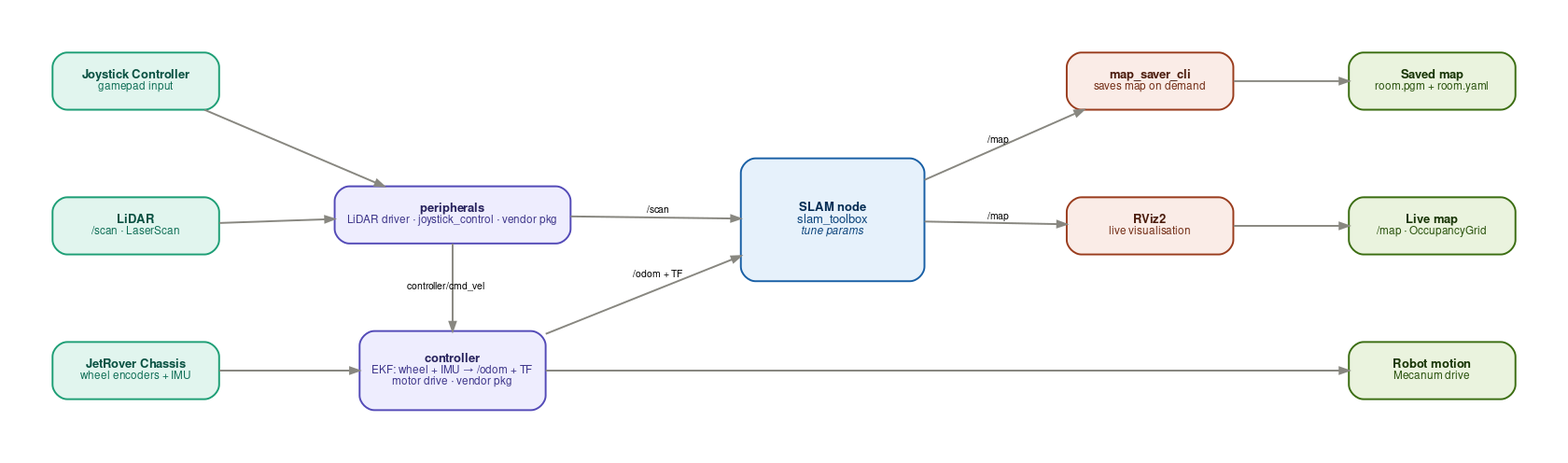
Above: docs/images/pipeline.png in mahersabbagh80/2D-LiDAR-Mapping-with-SLAM (Graphviz), before the change. Its source is kept beside it as docs/images/pipeline.dot.
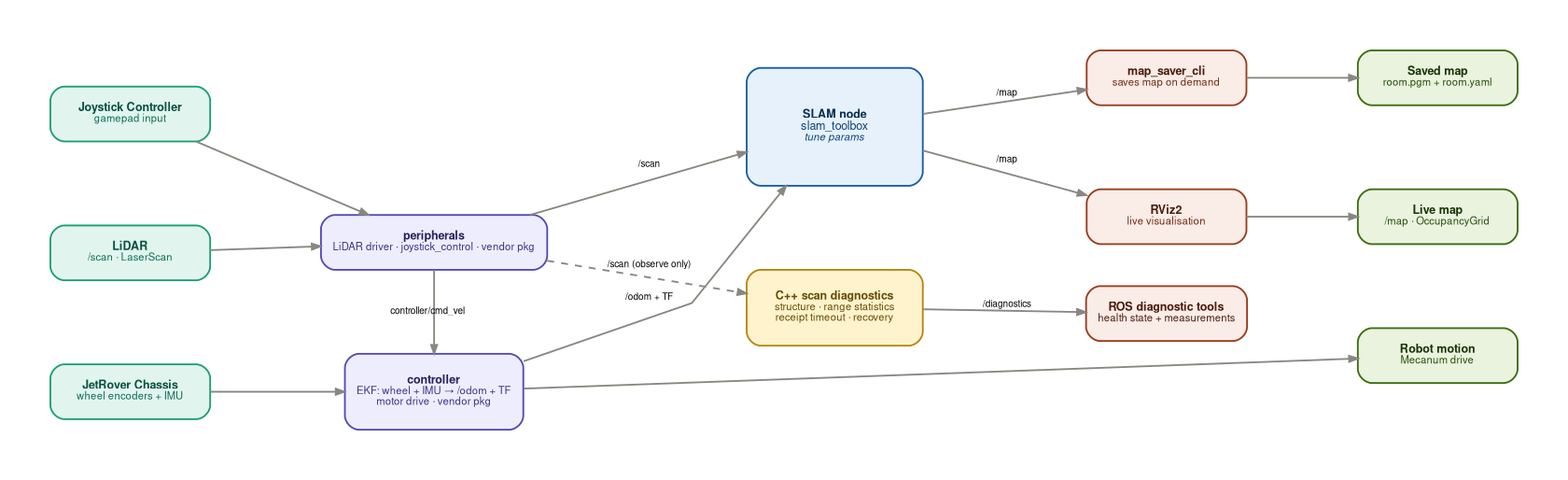
The same file after the commit.

Change to the diagram source:
```diff
@@ -32,14 +32,15 @@
 
     {rank=same; lidar; chassis; joystick}
     {rank=same; peripherals; controller}
-    {rank=same; slam}
-    {rank=same; map_saver; rviz}
+    {rank=same; slam; monitor}
+    {rank=same; map_saver; rviz; diagnostic_tools}
     {rank=same; saved_map; live_map; motion}
 
     joystick -> lidar    [style=invis weight=10]
     lidar    -> chassis  [style=invis weight=10]
     peripherals -> controller [style=invis weight=10]
     map_saver -> rviz    [style=invis weight=10]
+    slam -> monitor [style=invis weight=10]
     saved_map -> live_map -> motion [style=invis weight=10]
 
     lidar [
@@ -76,6 +77,19 @@
         height=1.4
     ]
 
+    monitor [
+        label=<<b>C++ scan diagnostics</b><br align="center"/><font point-size="9">structure · range statistics<br align="center"/>receipt timeout · recovery</font>>
+        fillcolor="#FFF3CD" color="#B8860B" fontcolor="#664D03"
+        width=2.1
+        height=0.9
+    ]
+
+    diagnostic_tools [
+        label=<<b>ROS diagnostic tools</b><br align="center"/><font point-size="9">health state + measurements</font>>
+        fillcolor="#FAECE7" color="#993C1D" fontcolor="#4A1B0C"
+        height=0.65
+    ]
+
     map_saver [
         label=<<b>map_saver_cli</b><br align="center"/><font point-size="9" color="#712B13">saves map on demand</font>>
         fillcolor="#FAECE7" color="#993C1D" fontcolor="#4A1B0C"
@@ -107,6 +121,8 @@
     chassis     -> controller   []
     joystick    -> peripherals  []
     peripherals -> slam         [label="  /scan"]
+    peripherals -> monitor      [label="  /scan (observe only)" style=dashed]
+    monitor     -> diagnostic_tools [label="  /diagnostics"]
     controller  -> slam         [label="  /odom + TF"]
     slam        -> map_saver    [label="  /map"]
     slam        -> rviz         [label="  /map"]
```
